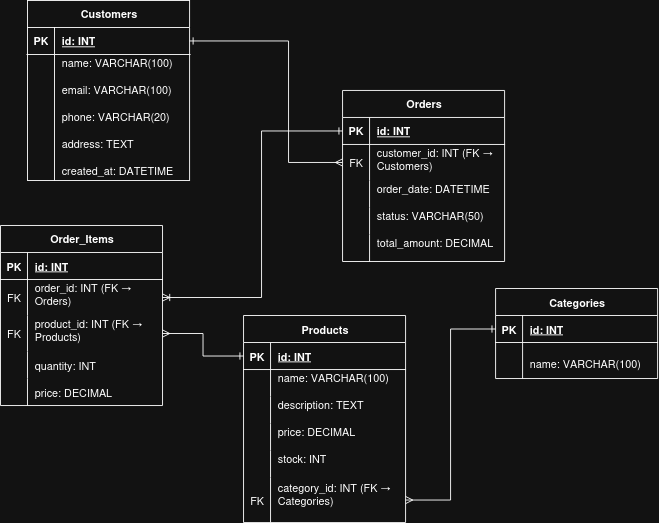
The draw.io diagram ER-diagram (Crow’s Foot)/lab1_kpi_crowfoot_diagram.drawio.png in StenSOn27/lab1_kpi, before a commit. Source tidied: cells renumbered, new cells last; positions are measured from the earlier drawing's top-left corner, leaving out a move shared by most shapes.
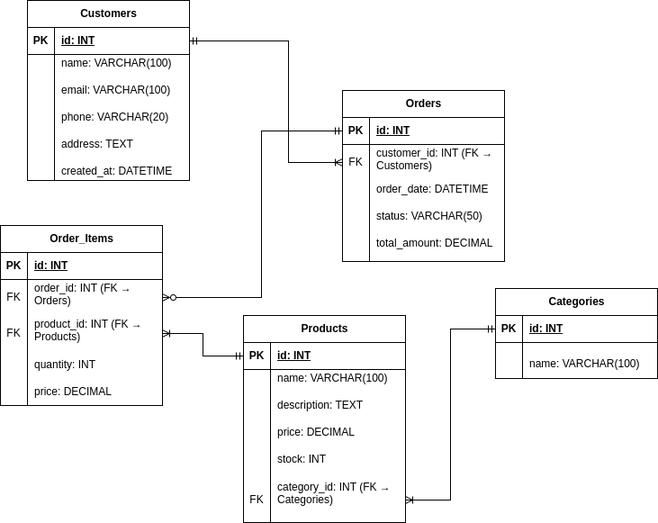
After the commit.

Change to the diagram source:
```diff
@@ -233,7 +233,7 @@
     <mxCell id="78" value="price: DECIMAL" style="shape=partialRectangle;fillColor=none;top=0;left=0;bottom=0;right=0;align=left;spacingLeft=6;overflow=hidden;whiteSpace=wrap;html=1;" parent="76" vertex="1">
       <mxGeometry x="30" width="150" height="30" as="geometry" />
     </mxCell>
-    <mxCell id="79" style="edgeStyle=orthogonalEdgeStyle;rounded=0;jettySize=auto;html=1;exitX=1;exitY=0.5;exitDx=0;exitDy=0;entryX=0;entryY=0.5;entryDx=0;entryDy=0;endArrow=ERmany;endFill=0;startArrow=ERone;startFill=0;" parent="1" edge="1" source="3" target="44">
+    <mxCell id="79" style="edgeStyle=orthogonalEdgeStyle;rounded=0;jettySize=auto;html=1;exitX=1;exitY=0.5;exitDx=0;exitDy=0;entryX=0;entryY=0.5;entryDx=0;entryDy=0;endArrow=ERoneToMany;endFill=0;startArrow=ERmandOne;startFill=0;" parent="1" edge="1" source="3" target="44">
       <mxGeometry relative="1" as="geometry">
         <Array as="points">
           <mxPoint x="320" y="45" />
@@ -241,7 +241,7 @@
         </Array>
       </mxGeometry>
     </mxCell>
-    <mxCell id="80" style="edgeStyle=orthogonalEdgeStyle;rounded=0;jettySize=auto;html=1;entryX=1;entryY=0.5;entryDx=0;entryDy=0;endArrow=ERoneToMany;endFill=0;startArrow=ERone;startFill=0;exitX=0;exitY=0.5;exitDx=0;exitDy=0;" parent="1" edge="1" source="41" target="67">
+    <mxCell id="80" style="edgeStyle=orthogonalEdgeStyle;rounded=0;jettySize=auto;html=1;entryX=1;entryY=0.5;entryDx=0;entryDy=0;endArrow=ERzeroToMany;endFill=0;startArrow=ERmandOne;startFill=0;exitX=0;exitY=0.5;exitDx=0;exitDy=0;" parent="1" edge="1" source="41" target="67">
       <mxGeometry relative="1" as="geometry">
         <Array as="points">
           <mxPoint x="290" y="145" />
@@ -249,10 +249,10 @@
         </Array>
       </mxGeometry>
     </mxCell>
-    <mxCell id="81" style="edgeStyle=orthogonalEdgeStyle;rounded=0;jettySize=auto;html=1;exitX=0;exitY=0.5;exitDx=0;exitDy=0;entryX=1;entryY=0.5;entryDx=0;entryDy=0;endArrow=ERmany;endFill=0;startArrow=ERone;startFill=0;" parent="1" edge="1" source="57" target="37">
+    <mxCell id="81" style="edgeStyle=orthogonalEdgeStyle;rounded=0;jettySize=auto;html=1;exitX=0;exitY=0.5;exitDx=0;exitDy=0;entryX=1;entryY=0.5;entryDx=0;entryDy=0;endArrow=ERoneToMany;endFill=0;startArrow=ERmandOne;startFill=0;" parent="1" edge="1" source="57" target="37">
       <mxGeometry relative="1" as="geometry" />
     </mxCell>
-    <mxCell id="82" style="edgeStyle=orthogonalEdgeStyle;rounded=0;jettySize=auto;html=1;exitX=0;exitY=0.5;exitDx=0;exitDy=0;entryX=1;entryY=0.5;entryDx=0;entryDy=0;startArrow=ERone;startFill=0;endArrow=ERmany;endFill=0;" parent="1" edge="1" source="22" target="70">
+    <mxCell id="82" style="edgeStyle=orthogonalEdgeStyle;rounded=0;jettySize=auto;html=1;exitX=0;exitY=0.5;exitDx=0;exitDy=0;entryX=1;entryY=0.5;entryDx=0;entryDy=0;startArrow=ERmandOne;startFill=0;endArrow=ERoneToMany;endFill=0;" parent="1" edge="1" source="22" target="70">
       <mxGeometry relative="1" as="geometry" />
     </mxCell>
   </root>
```
